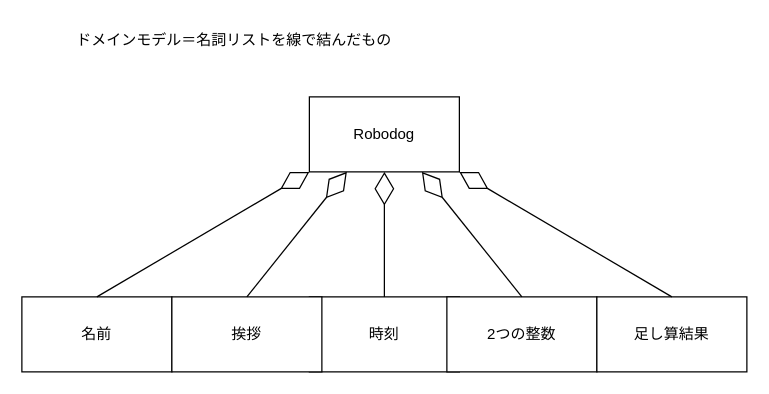
Earlier version of the draw.io diagram 06_robo_dog/domain.drawio (takano1228/ohara_uml). Source tidied: cells renumbered, new cells numbered last; positions are measured from the earlier drawing's top-left corner, leaving out a move shared by most shapes. Both pictures are drawn from the tidied source at 125%, with x=0, y=0 at pixel (21, 21).
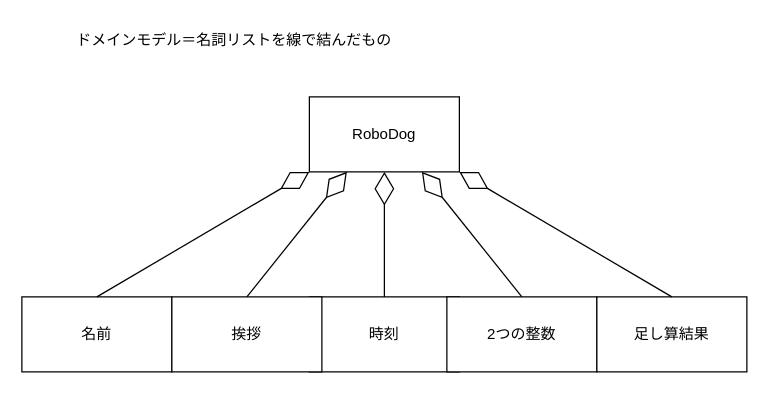
The same page after the edit.

Change to the diagram source:
```diff
@@
 <mxGraphModel>
   <root>
     <mxCell id="0" />
     <mxCell id="1" parent="0" />
-    <mxCell id="2" value="Robodog" style="rounded=0;whiteSpace=wrap;html=1;" parent="1" vertex="1">
+    <mxCell id="2" value="RoboDog" style="rounded=0;whiteSpace=wrap;html=1;" parent="1" vertex="1">
       <mxGeometry x="230" y="60" width="120" height="60" as="geometry" />
     </mxCell>
     <mxCell id="3" value="名前" style="rounded=0;whiteSpace=wrap;html=1;" parent="1" vertex="1">
       <mxGeometry y="220" width="120" height="60" as="geometry" />
     </mxCell>
     <mxCell id="4" style="endArrow=diamondThin;endFill=0;endSize=24;html=1;rounded=0;entryX=0;entryY=1;entryDx=0;entryDy=0;exitX=0.5;exitY=0;exitDx=0;exitDy=0;" parent="1" edge="1" source="3" target="2">
       <mxGeometry relative="1" as="geometry" />
     </mxCell>
     <mxCell id="5" value="時刻" style="rounded=0;whiteSpace=wrap;html=1;" parent="1" vertex="1">
       <mxGeometry x="230" y="220" width="120" height="60" as="geometry" />
     </mxCell>
     <mxCell id="6" style="endArrow=diamondThin;endFill=0;endSize=24;html=1;rounded=0;exitX=0.5;exitY=0;exitDx=0;exitDy=0;entryX=0.5;entryY=1;entryDx=0;entryDy=0;" parent="1" edge="1" source="5" target="2">
       <mxGeometry relative="1" as="geometry" />
     </mxCell>
     <mxCell id="7" value="挨拶" style="rounded=0;whiteSpace=wrap;html=1;" parent="1" vertex="1">
       <mxGeometry x="120" y="220" width="120" height="60" as="geometry" />
     </mxCell>
     <mxCell id="8" style="endArrow=diamondThin;endFill=0;endSize=24;html=1;rounded=0;entryX=0.25;entryY=1;entryDx=0;entryDy=0;exitX=0.5;exitY=0;exitDx=0;exitDy=0;" parent="1" edge="1" source="7" target="2">
       <mxGeometry relative="1" as="geometry" />
     </mxCell>
     <mxCell id="9" value="2つの整数" style="rounded=0;whiteSpace=wrap;html=1;" parent="1" vertex="1">
       <mxGeometry x="340" y="220" width="120" height="60" as="geometry" />
     </mxCell>
     <mxCell id="10" style="endArrow=diamondThin;endFill=0;endSize=24;html=1;rounded=0;entryX=0.75;entryY=1;entryDx=0;entryDy=0;exitX=0.5;exitY=0;exitDx=0;exitDy=0;" parent="1" edge="1" source="9" target="2">
       <mxGeometry relative="1" as="geometry" />
     </mxCell>
     <mxCell id="11" value="足し算結果" style="rounded=0;whiteSpace=wrap;html=1;" parent="1" vertex="1">
       <mxGeometry x="460" y="220" width="120" height="60" as="geometry" />
     </mxCell>
     <mxCell id="12" style="endArrow=diamondThin;endFill=0;endSize=24;html=1;rounded=0;entryX=1;entryY=1;entryDx=0;entryDy=0;exitX=0.5;exitY=0;exitDx=0;exitDy=0;" parent="1" edge="1" source="11" target="2">
       <mxGeometry relative="1" as="geometry" />
     </mxCell>
     <mxCell id="13" value="ドメインモデル＝名詞リストを線で結んだもの" style="text;html=1;align=center;verticalAlign=middle;whiteSpace=wrap;rounded=0;" parent="1" vertex="1">
       <mxGeometry x="10" width="320" height="30" as="geometry" />
     </mxCell>
   </root>
 </mxGraphModel>
```
